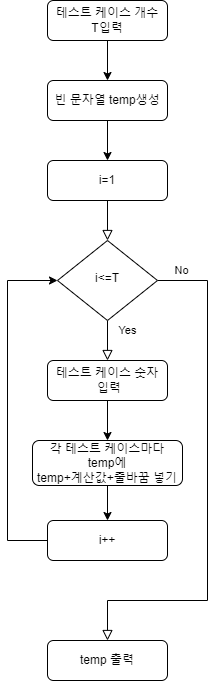
Earlier version of the draw.io export 백준 코딩테스트 순서도/011백준 빠른 A+B.drawio.png (otw03/Programmers-Algorithm). Source tidied: cells renumbered, new cells last; positions are measured from the earlier drawing's top-left corner, leaving out a move shared by most shapes. Its diagram source:
```xml
<mxGraphModel>
  <root>
    <mxCell id="0" />
    <mxCell id="1" parent="0" />
    <mxCell id="2" style="rounded=0;html=1;jettySize=auto;fontSize=11;endArrow=block;endFill=0;endSize=8;strokeWidth=1;shadow=0;labelBackgroundColor=none;edgeStyle=orthogonalEdgeStyle;" parent="1" edge="1" source="3" target="6">
      <mxGeometry relative="1" as="geometry" />
    </mxCell>
    <mxCell id="3" value="i=1" style="rounded=1;whiteSpace=wrap;html=1;fontSize=12;glass=0;strokeWidth=1;shadow=0;" parent="1" vertex="1">
      <mxGeometry x="40" y="160" width="120" height="40" as="geometry" />
    </mxCell>
    <mxCell id="4" value="Yes" style="rounded=0;html=1;jettySize=auto;fontSize=11;endArrow=block;endFill=0;endSize=8;strokeWidth=1;shadow=0;labelBackgroundColor=none;edgeStyle=orthogonalEdgeStyle;entryX=0.5;entryY=0;entryDx=0;entryDy=0;" parent="1" edge="1" source="6" target="11">
      <mxGeometry x="-0.5" y="20" relative="1" as="geometry" />
    </mxCell>
    <mxCell id="5" value="No" style="edgeStyle=orthogonalEdgeStyle;rounded=0;html=1;jettySize=auto;fontSize=11;endArrow=block;endFill=0;endSize=8;strokeWidth=1;shadow=0;labelBackgroundColor=none;entryX=0.5;entryY=0;entryDx=0;entryDy=0;" parent="1" edge="1" source="6" target="17">
      <mxGeometry x="-0.91" y="10" relative="1" as="geometry">
        <Array as="points">
          <mxPoint x="200" y="280" />
          <mxPoint x="200" y="600" />
          <mxPoint x="100" y="600" />
        </Array>
      </mxGeometry>
    </mxCell>
    <mxCell id="6" value="i&amp;lt;=T" style="rhombus;whiteSpace=wrap;html=1;shadow=0;fontFamily=Helvetica;fontSize=12;align=center;strokeWidth=1;spacing=6;spacingTop=-4;" parent="1" vertex="1">
      <mxGeometry x="50" y="240" width="100" height="80" as="geometry" />
    </mxCell>
    <mxCell id="7" style="edgeStyle=orthogonalEdgeStyle;rounded=0;jettySize=auto;html=1;entryX=0;entryY=0.5;entryDx=0;entryDy=0;exitX=0;exitY=0.5;exitDx=0;exitDy=0;" parent="1" edge="1" source="14" target="6">
      <mxGeometry relative="1" as="geometry">
        <Array as="points">
          <mxPoint y="540" />
          <mxPoint y="280" />
        </Array>
      </mxGeometry>
    </mxCell>
    <mxCell id="8" style="edgeStyle=orthogonalEdgeStyle;rounded=0;jettySize=auto;html=1;entryX=0.5;entryY=0;entryDx=0;entryDy=0;" parent="1" edge="1" source="9" target="14">
      <mxGeometry relative="1" as="geometry" />
    </mxCell>
    <mxCell id="9" value="각 테스트 케이스마다&lt;br&gt;temp에&lt;br&gt;temp+계산값+줄바꿈 넣기" style="rounded=1;whiteSpace=wrap;html=1;fontSize=12;glass=0;strokeWidth=1;shadow=0;" parent="1" vertex="1">
      <mxGeometry x="25" y="440" width="150" height="45" as="geometry" />
    </mxCell>
    <mxCell id="10" style="edgeStyle=orthogonalEdgeStyle;rounded=0;jettySize=auto;html=1;exitX=0.5;exitY=1;exitDx=0;exitDy=0;" parent="1" edge="1" source="11" target="9">
      <mxGeometry relative="1" as="geometry" />
    </mxCell>
    <mxCell id="11" value="테스트 케이스 숫자&lt;br&gt;&amp;nbsp;입력" style="rounded=1;whiteSpace=wrap;html=1;fontSize=12;glass=0;strokeWidth=1;shadow=0;" parent="1" vertex="1">
      <mxGeometry x="40" y="360" width="120" height="40" as="geometry" />
    </mxCell>
    <mxCell id="12" style="edgeStyle=orthogonalEdgeStyle;rounded=0;jettySize=auto;html=1;entryX=0.5;entryY=0;entryDx=0;entryDy=0;" parent="1" edge="1" source="13" target="3">
      <mxGeometry relative="1" as="geometry" />
    </mxCell>
    <mxCell id="13" value="빈 문자열 temp생성" style="rounded=1;whiteSpace=wrap;html=1;fontSize=12;glass=0;strokeWidth=1;shadow=0;" parent="1" vertex="1">
      <mxGeometry x="40" y="80" width="120" height="40" as="geometry" />
    </mxCell>
    <mxCell id="14" value="i++" style="rounded=1;whiteSpace=wrap;html=1;fontSize=12;glass=0;strokeWidth=1;shadow=0;" parent="1" vertex="1">
      <mxGeometry x="40" y="520" width="120" height="40" as="geometry" />
    </mxCell>
    <mxCell id="15" style="edgeStyle=orthogonalEdgeStyle;rounded=0;jettySize=auto;html=1;entryX=0.5;entryY=0;entryDx=0;entryDy=0;" parent="1" edge="1" source="16" target="13">
      <mxGeometry relative="1" as="geometry" />
    </mxCell>
    <mxCell id="16" value="테스트 케이스 개수&lt;br&gt;T입력" style="rounded=1;whiteSpace=wrap;html=1;fontSize=12;glass=0;strokeWidth=1;shadow=0;" parent="1" vertex="1">
      <mxGeometry x="40" width="120" height="40" as="geometry" />
    </mxCell>
    <mxCell id="17" value="temp 출력" style="rounded=1;whiteSpace=wrap;html=1;fontSize=12;glass=0;strokeWidth=1;shadow=0;" parent="1" vertex="1">
      <mxGeometry x="40" y="640" width="120" height="40" as="geometry" />
    </mxCell>
  </root>
</mxGraphModel>
```
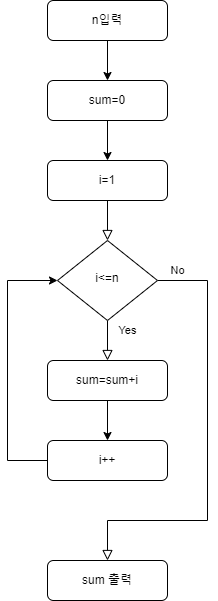
After the commit.

Commit message:
011백준 빠른 A+B.drawio.png 업데이트

What changed in the source:
```diff
@@ -15,51 +15,45 @@
       <mxGeometry x="-0.91" y="10" relative="1" as="geometry">
         <Array as="points">
           <mxPoint x="200" y="280" />
-          <mxPoint x="200" y="600" />
-          <mxPoint x="100" y="600" />
+          <mxPoint x="200" y="520" />
+          <mxPoint x="100" y="520" />
         </Array>
       </mxGeometry>
     </mxCell>
-    <mxCell id="6" value="i&amp;lt;=T" style="rhombus;whiteSpace=wrap;html=1;shadow=0;fontFamily=Helvetica;fontSize=12;align=center;strokeWidth=1;spacing=6;spacingTop=-4;" parent="1" vertex="1">
+    <mxCell id="6" value="i&amp;lt;=n" style="rhombus;whiteSpace=wrap;html=1;shadow=0;fontFamily=Helvetica;fontSize=12;align=center;strokeWidth=1;spacing=6;spacingTop=-4;" parent="1" vertex="1">
       <mxGeometry x="50" y="240" width="100" height="80" as="geometry" />
     </mxCell>
     <mxCell id="7" style="edgeStyle=orthogonalEdgeStyle;rounded=0;jettySize=auto;html=1;entryX=0;entryY=0.5;entryDx=0;entryDy=0;exitX=0;exitY=0.5;exitDx=0;exitDy=0;" parent="1" edge="1" source="14" target="6">
       <mxGeometry relative="1" as="geometry">
         <Array as="points">
-          <mxPoint y="540" />
+          <mxPoint y="460" />
           <mxPoint y="280" />
         </Array>
       </mxGeometry>
     </mxCell>
-    <mxCell id="8" style="edgeStyle=orthogonalEdgeStyle;rounded=0;jettySize=auto;html=1;entryX=0.5;entryY=0;entryDx=0;entryDy=0;" parent="1" edge="1" source="9" target="14">
-      <mxGeometry relative="1" as="geometry" />
-    </mxCell>
-    <mxCell id="9" value="각 테스트 케이스마다&lt;br&gt;temp에&lt;br&gt;temp+계산값+줄바꿈 넣기" style="rounded=1;whiteSpace=wrap;html=1;fontSize=12;glass=0;strokeWidth=1;shadow=0;" parent="1" vertex="1">
-      <mxGeometry x="25" y="440" width="150" height="45" as="geometry" />
-    </mxCell>
-    <mxCell id="10" style="edgeStyle=orthogonalEdgeStyle;rounded=0;jettySize=auto;html=1;exitX=0.5;exitY=1;exitDx=0;exitDy=0;" parent="1" edge="1" source="11" target="9">
+    <mxCell id="10" style="edgeStyle=orthogonalEdgeStyle;rounded=0;jettySize=auto;html=1;exitX=0.5;exitY=1;exitDx=0;exitDy=0;entryX=0.5;entryY=0;entryDx=0;entryDy=0;" parent="1" edge="1" source="11" target="14">
       <mxGeometry relative="1" as="geometry" />
     </mxCell>
-    <mxCell id="11" value="테스트 케이스 숫자&lt;br&gt;&amp;nbsp;입력" style="rounded=1;whiteSpace=wrap;html=1;fontSize=12;glass=0;strokeWidth=1;shadow=0;" parent="1" vertex="1">
+    <mxCell id="11" value="sum=sum+i" style="rounded=1;whiteSpace=wrap;html=1;fontSize=12;glass=0;strokeWidth=1;shadow=0;" parent="1" vertex="1">
       <mxGeometry x="40" y="360" width="120" height="40" as="geometry" />
     </mxCell>
     <mxCell id="12" style="edgeStyle=orthogonalEdgeStyle;rounded=0;jettySize=auto;html=1;entryX=0.5;entryY=0;entryDx=0;entryDy=0;" parent="1" edge="1" source="13" target="3">
       <mxGeometry relative="1" as="geometry" />
     </mxCell>
-    <mxCell id="13" value="빈 문자열 temp생성" style="rounded=1;whiteSpace=wrap;html=1;fontSize=12;glass=0;strokeWidth=1;shadow=0;" parent="1" vertex="1">
+    <mxCell id="13" value="sum=0" style="rounded=1;whiteSpace=wrap;html=1;fontSize=12;glass=0;strokeWidth=1;shadow=0;" parent="1" vertex="1">
       <mxGeometry x="40" y="80" width="120" height="40" as="geometry" />
     </mxCell>
     <mxCell id="14" value="i++" style="rounded=1;whiteSpace=wrap;html=1;fontSize=12;glass=0;strokeWidth=1;shadow=0;" parent="1" vertex="1">
-      <mxGeometry x="40" y="520" width="120" height="40" as="geometry" />
+      <mxGeometry x="40" y="440" width="120" height="40" as="geometry" />
     </mxCell>
     <mxCell id="15" style="edgeStyle=orthogonalEdgeStyle;rounded=0;jettySize=auto;html=1;entryX=0.5;entryY=0;entryDx=0;entryDy=0;" parent="1" edge="1" source="16" target="13">
       <mxGeometry relative="1" as="geometry" />
     </mxCell>
-    <mxCell id="16" value="테스트 케이스 개수&lt;br&gt;T입력" style="rounded=1;whiteSpace=wrap;html=1;fontSize=12;glass=0;strokeWidth=1;shadow=0;" parent="1" vertex="1">
+    <mxCell id="16" value="n입력" style="rounded=1;whiteSpace=wrap;html=1;fontSize=12;glass=0;strokeWidth=1;shadow=0;" parent="1" vertex="1">
       <mxGeometry x="40" width="120" height="40" as="geometry" />
     </mxCell>
-    <mxCell id="17" value="temp 출력" style="rounded=1;whiteSpace=wrap;html=1;fontSize=12;glass=0;strokeWidth=1;shadow=0;" parent="1" vertex="1">
-      <mxGeometry x="40" y="640" width="120" height="40" as="geometry" />
+    <mxCell id="17" value="sum 출력" style="rounded=1;whiteSpace=wrap;html=1;fontSize=12;glass=0;strokeWidth=1;shadow=0;" parent="1" vertex="1">
+      <mxGeometry x="40" y="560" width="120" height="40" as="geometry" />
     </mxCell>
   </root>
 </mxGraphModel>
```
